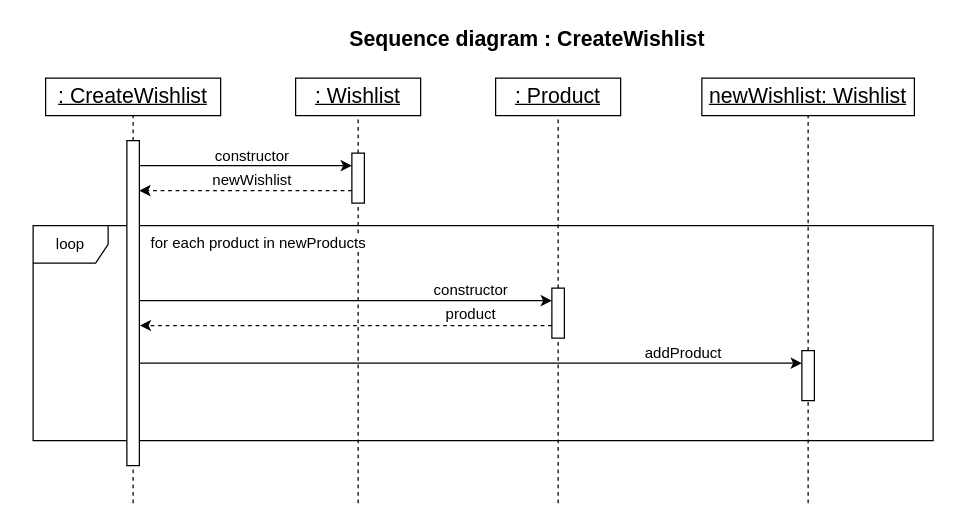
NNepper/LSINF1225-2020-GroupeL1.1-WishList keeps this draw.io diagram as Diagrammes/SequenceDiagrams/SequenceDiagram-CreateWishlist.drawio. Above is the earlier version. Source tidied: cells renumbered, new cells numbered last; positions are measured from the earlier drawing's top-left corner, leaving out a move shared by most shapes. Both pictures are drawn from the tidied source at 125%, with x=0, y=0 at pixel (32, 21).
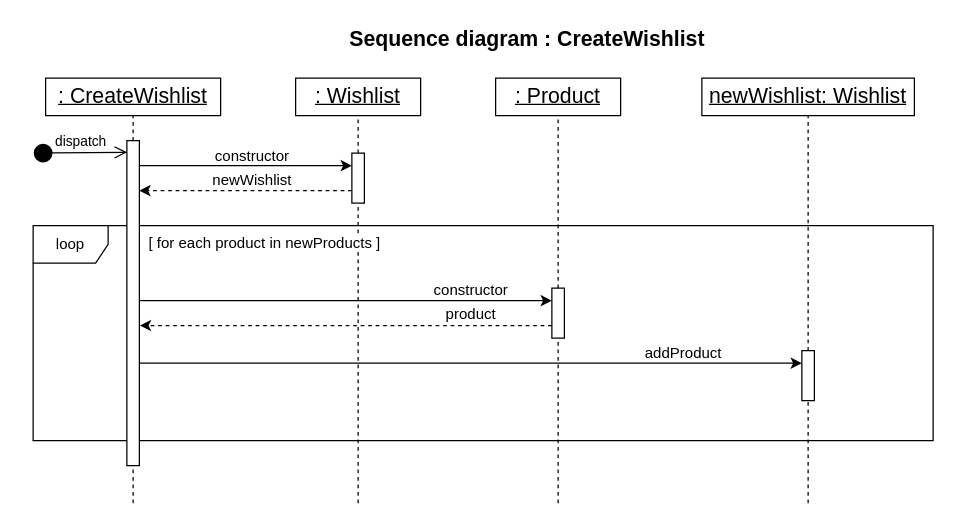
The same diagram, later.

Commit message (it also covers changes not shown here):
Ajout dispatch et [ ] dans la boucle

Unchanged cells that the change refers to:
```xml
<mxCell id="6" style="rounded=0;whiteSpace=wrap;html=1;fontSize=17;" parent="1" vertex="1">
  <mxGeometry x="75" y="95" width="10" height="260" as="geometry" />
</mxCell>
```

Change to the diagram source:
```diff
@@
-    <mxCell id="30" value="for each product in newProducts" style="text;html=1;fontSize=12;align=center;labelBackgroundColor=#ffffff;" parent="1" vertex="1">
-      <mxGeometry x="90" y="163" width="180" height="30" as="geometry" />
+    <mxCell id="30" value="[ for each product in newProducts ]" style="text;html=1;fontSize=12;align=center;labelBackgroundColor=#ffffff;" parent="1" vertex="1">
+      <mxGeometry x="90" y="163" width="190" height="30" as="geometry" />
     </mxCell>
+    <mxCell id="31" value="dispatch" style="html=1;verticalAlign=bottom;startArrow=circle;startFill=1;endArrow=open;startSize=6;endSize=8;entryX=0.023;entryY=0.036;entryDx=0;entryDy=0;entryPerimeter=0;" parent="1" edge="1" target="6">
+      <mxGeometry relative="1" as="geometry">
+        <mxPoint y="105" as="sourcePoint" />
+      </mxGeometry>
+    </mxCell>
```
